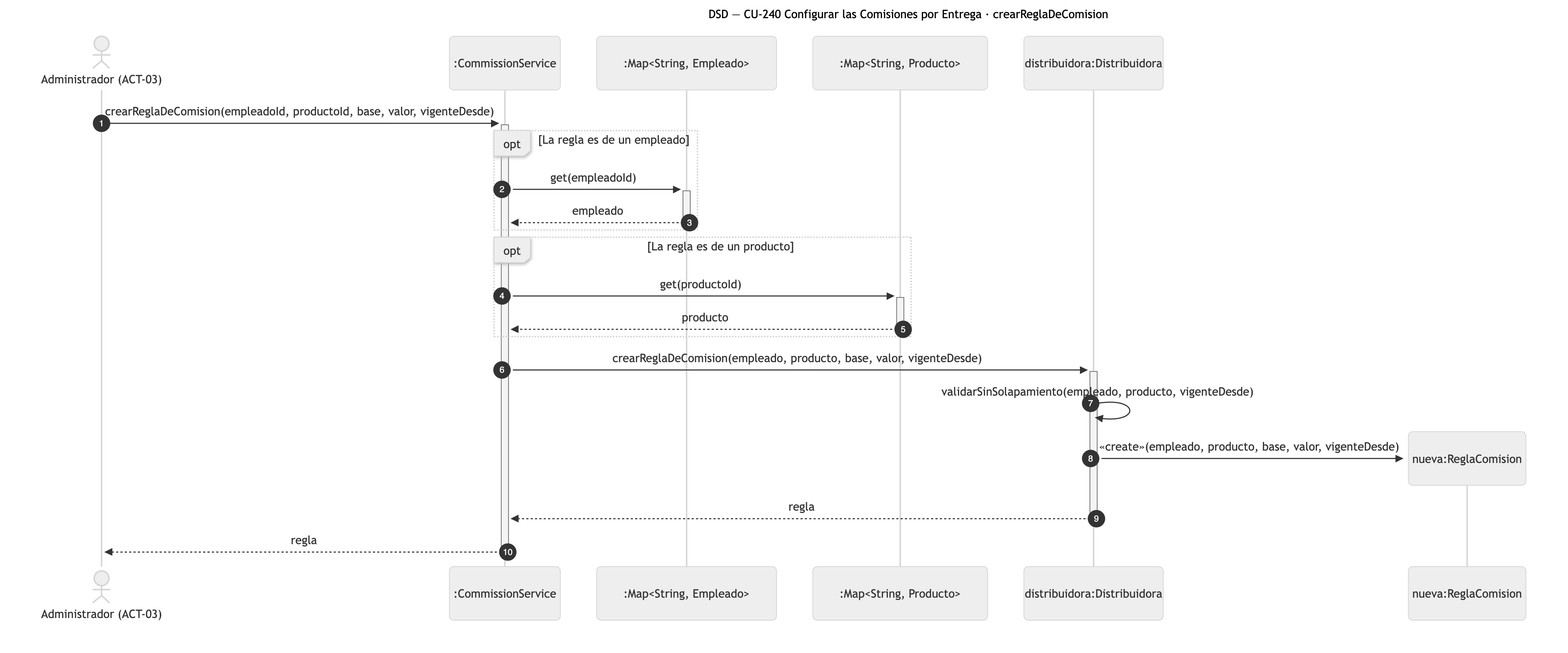
Before: diagramas/png/DSD_CU-240_crearReglaDeComision.png, a diagram exported from Mermaid (Nahuelito-Dev/splg-docs). Its source is kept beside it as diagramas/DSD_CU-240_crearReglaDeComision.mmd.
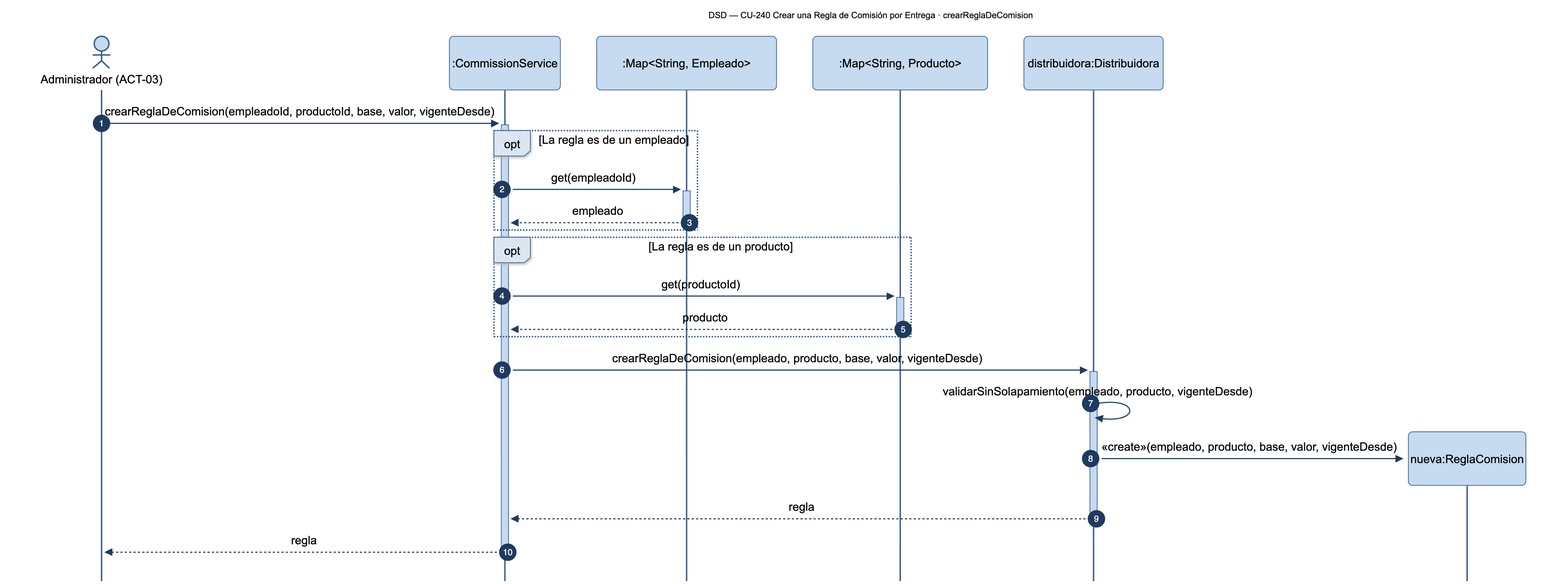
The same diagram one commit later.

Diff of the diagram source:
```diff
@@ -1,5 +1,5 @@
 sequenceDiagram
-    title DSD — CU-240 Configurar las Comisiones por Entrega · crearReglaDeComision
+    title DSD — CU-240 Crear una Regla de Comisión por Entrega · crearReglaDeComision
     autonumber
     actor ADM as Administrador (ACT-03)
     participant SRV as :CommissionService
```
